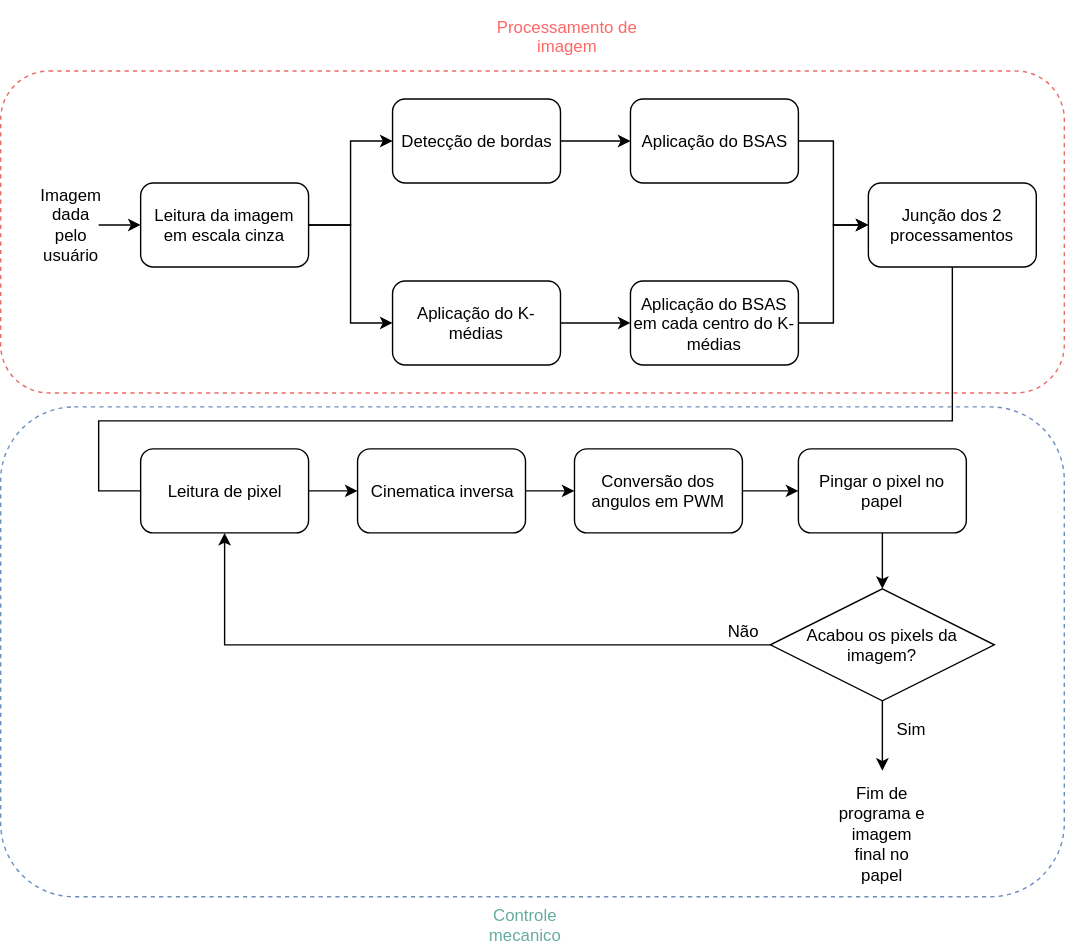
The draw.io diagram images/visao-geral/visao-geral-completa.svg in bracopontilhismo/bracopontilhismo.github.io, before a commit. Source tidied: cells renumbered, new cells last; positions are measured from the earlier drawing's top-left corner, leaving out a move shared by most shapes. The source it was exported from:
```xml
<mxGraphModel background="#ffffff">
  <root>
    <mxCell id="0" />
    <mxCell id="1" parent="0" />
    <mxCell id="2" style="edgeStyle=orthogonalEdgeStyle;rounded=0;html=1;entryX=0;entryY=0.5;jettySize=auto;" parent="1" edge="1" source="4" target="8">
      <mxGeometry relative="1" as="geometry" />
    </mxCell>
    <mxCell id="3" style="edgeStyle=orthogonalEdgeStyle;rounded=0;html=1;entryX=0;entryY=0.5;jettySize=auto;" parent="1" edge="1" source="4" target="12">
      <mxGeometry relative="1" as="geometry" />
    </mxCell>
    <mxCell id="4" value="Leitura da imagem em escala cinza" style="rounded=1;whiteSpace=wrap;html=1;" parent="1" vertex="1">
      <mxGeometry x="100" y="130" width="120" height="60" as="geometry" />
    </mxCell>
    <mxCell id="5" style="edgeStyle=orthogonalEdgeStyle;rounded=0;html=1;jettySize=auto;" parent="1" edge="1" source="6" target="4">
      <mxGeometry relative="1" as="geometry" />
    </mxCell>
    <mxCell id="6" value="Imagem dada pelo usuário" style="text;html=1;strokeColor=none;fillColor=none;align=center;verticalAlign=middle;whiteSpace=wrap;rounded=0;" parent="1" vertex="1">
      <mxGeometry x="30" y="150" width="40" height="20" as="geometry" />
    </mxCell>
    <mxCell id="7" style="edgeStyle=orthogonalEdgeStyle;rounded=0;html=1;jettySize=auto;" parent="1" edge="1" source="8" target="10">
      <mxGeometry relative="1" as="geometry" />
    </mxCell>
    <mxCell id="8" value="Detecção de bordas " style="rounded=1;whiteSpace=wrap;html=1;" parent="1" vertex="1">
      <mxGeometry x="280" y="70" width="120" height="60" as="geometry" />
    </mxCell>
    <mxCell id="9" style="edgeStyle=orthogonalEdgeStyle;rounded=0;html=1;exitX=1;exitY=0.5;entryX=0;entryY=0.5;jettySize=auto;" parent="1" edge="1" source="10" target="16">
      <mxGeometry relative="1" as="geometry" />
    </mxCell>
    <mxCell id="10" value="Aplicação do BSAS" style="rounded=1;whiteSpace=wrap;html=1;" parent="1" vertex="1">
      <mxGeometry x="450" y="70" width="120" height="60" as="geometry" />
    </mxCell>
    <mxCell id="11" style="edgeStyle=orthogonalEdgeStyle;rounded=0;html=1;jettySize=auto;" parent="1" edge="1" source="12" target="14">
      <mxGeometry relative="1" as="geometry" />
    </mxCell>
    <mxCell id="12" value="Aplicação do K-médias" style="rounded=1;whiteSpace=wrap;html=1;" parent="1" vertex="1">
      <mxGeometry x="280" y="200" width="120" height="60" as="geometry" />
    </mxCell>
    <mxCell id="13" style="edgeStyle=orthogonalEdgeStyle;rounded=0;html=1;entryX=0;entryY=0.5;jettySize=auto;" parent="1" edge="1" source="14" target="16">
      <mxGeometry relative="1" as="geometry" />
    </mxCell>
    <mxCell id="14" value="Aplicação do BSAS em cada centro do K-médias" style="rounded=1;whiteSpace=wrap;html=1;" parent="1" vertex="1">
      <mxGeometry x="450" y="200" width="120" height="60" as="geometry" />
    </mxCell>
    <mxCell id="15" style="edgeStyle=orthogonalEdgeStyle;rounded=0;html=1;jettySize=auto;entryX=0;entryY=0.5;" parent="1" edge="1" source="16" target="18">
      <mxGeometry relative="1" as="geometry">
        <Array as="points">
          <mxPoint x="680" y="300" />
          <mxPoint x="70" y="300" />
          <mxPoint x="70" y="350" />
          <mxPoint x="110" y="350" />
        </Array>
      </mxGeometry>
    </mxCell>
    <mxCell id="16" value="Junção dos 2 processamentos" style="rounded=1;whiteSpace=wrap;html=1;" parent="1" vertex="1">
      <mxGeometry x="620" y="130" width="120" height="60" as="geometry" />
    </mxCell>
    <mxCell id="17" style="edgeStyle=orthogonalEdgeStyle;rounded=0;html=1;jettySize=auto;" parent="1" edge="1" source="18" target="20">
      <mxGeometry relative="1" as="geometry" />
    </mxCell>
    <mxCell id="18" value="Leitura de pixel" style="rounded=1;whiteSpace=wrap;html=1;" parent="1" vertex="1">
      <mxGeometry x="100" y="320" width="120" height="60" as="geometry" />
    </mxCell>
    <mxCell id="19" style="edgeStyle=orthogonalEdgeStyle;rounded=0;html=1;jettySize=auto;" parent="1" edge="1" source="20" target="22">
      <mxGeometry relative="1" as="geometry" />
    </mxCell>
    <mxCell id="20" value="Cinematica inversa" style="rounded=1;whiteSpace=wrap;html=1;" parent="1" vertex="1">
      <mxGeometry x="255" y="320" width="120" height="60" as="geometry" />
    </mxCell>
    <mxCell id="21" style="edgeStyle=orthogonalEdgeStyle;rounded=0;html=1;jettySize=auto;" parent="1" edge="1" source="22" target="24">
      <mxGeometry relative="1" as="geometry" />
    </mxCell>
    <mxCell id="22" value="Conversão dos angulos em PWM" style="rounded=1;whiteSpace=wrap;html=1;" parent="1" vertex="1">
      <mxGeometry x="410" y="320" width="120" height="60" as="geometry" />
    </mxCell>
    <mxCell id="23" style="edgeStyle=orthogonalEdgeStyle;rounded=0;html=1;jettySize=auto;entryX=0.5;entryY=0;" parent="1" edge="1" source="24" target="27">
      <mxGeometry relative="1" as="geometry" />
    </mxCell>
    <mxCell id="24" value="Pingar o pixel no papel" style="rounded=1;whiteSpace=wrap;html=1;" parent="1" vertex="1">
      <mxGeometry x="570" y="320" width="120" height="60" as="geometry" />
    </mxCell>
    <mxCell id="25" style="edgeStyle=orthogonalEdgeStyle;rounded=0;html=1;jettySize=auto;entryX=0.5;entryY=0;" parent="1" edge="1" source="27" target="30">
      <mxGeometry relative="1" as="geometry" />
    </mxCell>
    <mxCell id="26" style="edgeStyle=orthogonalEdgeStyle;rounded=0;html=1;jettySize=auto;entryX=0.5;entryY=1;" parent="1" edge="1" source="27" target="18">
      <mxGeometry relative="1" as="geometry" />
    </mxCell>
    <mxCell id="27" value="Acabou os pixels da imagem?" style="rhombus;whiteSpace=wrap;html=1;" parent="1" vertex="1">
      <mxGeometry x="550" y="420" width="160" height="80" as="geometry" />
    </mxCell>
    <mxCell id="28" value="Não" style="text;html=1;strokeColor=none;fillColor=none;align=center;verticalAlign=middle;whiteSpace=wrap;rounded=0;" parent="1" vertex="1">
      <mxGeometry x="510" y="440" width="40" height="20" as="geometry" />
    </mxCell>
    <mxCell id="29" value="Sim" style="text;html=1;strokeColor=none;fillColor=none;align=center;verticalAlign=middle;whiteSpace=wrap;rounded=0;" parent="1" vertex="1">
      <mxGeometry x="630" y="510" width="40" height="20" as="geometry" />
    </mxCell>
    <mxCell id="30" value="Fim de programa e imagem final no papel" style="text;html=1;strokeColor=none;fillColor=none;align=center;verticalAlign=middle;whiteSpace=wrap;rounded=0;" parent="1" vertex="1">
      <mxGeometry x="595" y="550" width="70" height="90" as="geometry" />
    </mxCell>
    <mxCell id="31" style="rounded=1;whiteSpace=wrap;html=1;fillColor=none;strokeColor=#EA6B66;dashed=1;gradientColor=none;" parent="1" vertex="1">
      <mxGeometry y="50" width="760" height="230" as="geometry" />
    </mxCell>
    <mxCell id="32" value="Processamento de imagem" style="text;html=1;strokeColor=none;fillColor=none;align=center;verticalAlign=middle;whiteSpace=wrap;rounded=0;dashed=1;fontColor=#FF6666;" parent="1" vertex="1">
      <mxGeometry x="340" width="130" height="50" as="geometry" />
    </mxCell>
    <mxCell id="33" style="rounded=1;whiteSpace=wrap;html=1;dashed=1;strokeColor=#6c8ebf;fillColor=none;" parent="1" vertex="1">
      <mxGeometry y="290" width="760" height="350" as="geometry" />
    </mxCell>
    <mxCell id="34" value="Controle mecanico" style="text;html=1;strokeColor=none;fillColor=none;align=center;verticalAlign=middle;whiteSpace=wrap;rounded=0;dashed=1;fontColor=#67AB9F;" parent="1" vertex="1">
      <mxGeometry x="355" y="650" width="40" height="20" as="geometry" />
    </mxCell>
  </root>
</mxGraphModel>
```
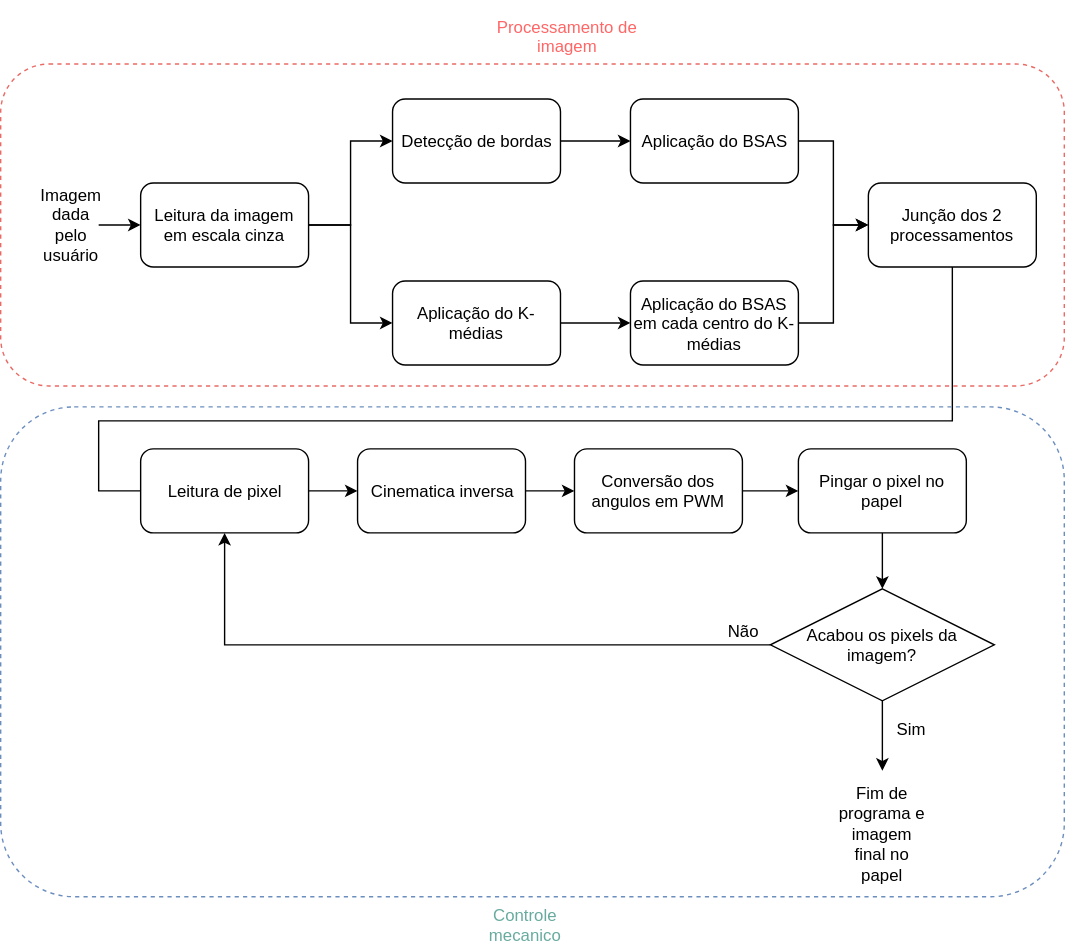
The same diagram one commit later.

Commit message:
visao geral

What changed in the source:
```diff
@@ -2,64 +2,64 @@
   <root>
     <mxCell id="0" />
     <mxCell id="1" parent="0" />
+    <mxCell id="8" style="edgeStyle=orthogonalEdgeStyle;rounded=0;html=1;entryX=0;entryY=0.5;jettySize=auto;" parent="1" edge="1" source="2" target="6">
+      <mxGeometry relative="1" as="geometry" />
+    </mxCell>
+    <mxCell id="10" style="edgeStyle=orthogonalEdgeStyle;rounded=0;html=1;entryX=0;entryY=0.5;jettySize=auto;" parent="1" edge="1" source="2" target="9">
+      <mxGeometry relative="1" as="geometry" />
+    </mxCell>
-    <mxCell id="2" style="edgeStyle=orthogonalEdgeStyle;rounded=0;html=1;entryX=0;entryY=0.5;jettySize=auto;" parent="1" edge="1" source="4" target="8">
-      <mxGeometry relative="1" as="geometry" />
+    <mxCell id="2" value="Leitura da imagem em escala cinza" style="rounded=1;whiteSpace=wrap;html=1;" parent="1" vertex="1">
+      <mxGeometry x="100" y="130" width="120" height="60" as="geometry" />
     </mxCell>
+    <mxCell id="4" style="edgeStyle=orthogonalEdgeStyle;rounded=0;html=1;jettySize=auto;" parent="1" edge="1" source="3" target="2">
+      <mxGeometry relative="1" as="geometry" />
+    </mxCell>
-    <mxCell id="3" style="edgeStyle=orthogonalEdgeStyle;rounded=0;html=1;entryX=0;entryY=0.5;jettySize=auto;" parent="1" edge="1" source="4" target="12">
-      <mxGeometry relative="1" as="geometry" />
+    <mxCell id="3" value="Imagem dada pelo usuário" style="text;html=1;strokeColor=none;fillColor=none;align=center;verticalAlign=middle;whiteSpace=wrap;rounded=0;" parent="1" vertex="1">
+      <mxGeometry x="30" y="150" width="40" height="20" as="geometry" />
     </mxCell>
-    <mxCell id="4" value="Leitura da imagem em escala cinza" style="rounded=1;whiteSpace=wrap;html=1;" parent="1" vertex="1">
-      <mxGeometry x="100" y="130" width="120" height="60" as="geometry" />
-    </mxCell>
-    <mxCell id="5" style="edgeStyle=orthogonalEdgeStyle;rounded=0;html=1;jettySize=auto;" parent="1" edge="1" source="6" target="4">
-      <mxGeometry relative="1" as="geometry" />
-    </mxCell>
+    <mxCell id="11" style="edgeStyle=orthogonalEdgeStyle;rounded=0;html=1;jettySize=auto;" parent="1" edge="1" source="6" target="7">
+      <mxGeometry relative="1" as="geometry" />
+    </mxCell>
-    <mxCell id="6" value="Imagem dada pelo usuário" style="text;html=1;strokeColor=none;fillColor=none;align=center;verticalAlign=middle;whiteSpace=wrap;rounded=0;" parent="1" vertex="1">
-      <mxGeometry x="30" y="150" width="40" height="20" as="geometry" />
+    <mxCell id="6" value="Detecção de bordas " style="rounded=1;whiteSpace=wrap;html=1;" parent="1" vertex="1">
+      <mxGeometry x="280" y="70" width="120" height="60" as="geometry" />
     </mxCell>
+    <mxCell id="15" style="edgeStyle=orthogonalEdgeStyle;rounded=0;html=1;exitX=1;exitY=0.5;entryX=0;entryY=0.5;jettySize=auto;" parent="1" edge="1" source="7" target="14">
+      <mxGeometry relative="1" as="geometry" />
+    </mxCell>
-    <mxCell id="7" style="edgeStyle=orthogonalEdgeStyle;rounded=0;html=1;jettySize=auto;" parent="1" edge="1" source="8" target="10">
-      <mxGeometry relative="1" as="geometry" />
+    <mxCell id="7" value="Aplicação do BSAS" style="rounded=1;whiteSpace=wrap;html=1;" parent="1" vertex="1">
+      <mxGeometry x="450" y="70" width="120" height="60" as="geometry" />
     </mxCell>
-    <mxCell id="8" value="Detecção de bordas " style="rounded=1;whiteSpace=wrap;html=1;" parent="1" vertex="1">
-      <mxGeometry x="280" y="70" width="120" height="60" as="geometry" />
-    </mxCell>
+    <mxCell id="13" style="edgeStyle=orthogonalEdgeStyle;rounded=0;html=1;jettySize=auto;" parent="1" edge="1" source="9" target="12">
+      <mxGeometry relative="1" as="geometry" />
+    </mxCell>
-    <mxCell id="9" style="edgeStyle=orthogonalEdgeStyle;rounded=0;html=1;exitX=1;exitY=0.5;entryX=0;entryY=0.5;jettySize=auto;" parent="1" edge="1" source="10" target="16">
-      <mxGeometry relative="1" as="geometry" />
+    <mxCell id="9" value="Aplicação do K-médias" style="rounded=1;whiteSpace=wrap;html=1;" parent="1" vertex="1">
+      <mxGeometry x="280" y="200" width="120" height="60" as="geometry" />
     </mxCell>
-    <mxCell id="10" value="Aplicação do BSAS" style="rounded=1;whiteSpace=wrap;html=1;" parent="1" vertex="1">
-      <mxGeometry x="450" y="70" width="120" height="60" as="geometry" />
-    </mxCell>
-    <mxCell id="11" style="edgeStyle=orthogonalEdgeStyle;rounded=0;html=1;jettySize=auto;" parent="1" edge="1" source="12" target="14">
-      <mxGeometry relative="1" as="geometry" />
-    </mxCell>
+    <mxCell id="16" style="edgeStyle=orthogonalEdgeStyle;rounded=0;html=1;entryX=0;entryY=0.5;jettySize=auto;" parent="1" edge="1" source="12" target="14">
+      <mxGeometry relative="1" as="geometry" />
+    </mxCell>
-    <mxCell id="12" value="Aplicação do K-médias" style="rounded=1;whiteSpace=wrap;html=1;" parent="1" vertex="1">
-      <mxGeometry x="280" y="200" width="120" height="60" as="geometry" />
+    <mxCell id="12" value="Aplicação do BSAS em cada centro do K-médias" style="rounded=1;whiteSpace=wrap;html=1;" parent="1" vertex="1">
+      <mxGeometry x="450" y="200" width="120" height="60" as="geometry" />
     </mxCell>
-    <mxCell id="13" style="edgeStyle=orthogonalEdgeStyle;rounded=0;html=1;entryX=0;entryY=0.5;jettySize=auto;" parent="1" edge="1" source="14" target="16">
-      <mxGeometry relative="1" as="geometry" />
-    </mxCell>
+    <mxCell id="18" style="edgeStyle=orthogonalEdgeStyle;rounded=0;html=1;jettySize=auto;entryX=0;entryY=0.5;" parent="1" edge="1" source="14" target="34">
+      <mxGeometry relative="1" as="geometry">
+        <Array as="points">
+          <mxPoint x="680" y="300" />
+          <mxPoint x="70" y="300" />
+          <mxPoint x="70" y="350" />
+          <mxPoint x="110" y="350" />
+        </Array>
+      </mxGeometry>
+    </mxCell>
-    <mxCell id="14" value="Aplicação do BSAS em cada centro do K-médias" style="rounded=1;whiteSpace=wrap;html=1;" parent="1" vertex="1">
-      <mxGeometry x="450" y="200" width="120" height="60" as="geometry" />
+    <mxCell id="14" value="Junção dos 2 processamentos" style="rounded=1;whiteSpace=wrap;html=1;" parent="1" vertex="1">
+      <mxGeometry x="620" y="130" width="120" height="60" as="geometry" />
     </mxCell>
-    <mxCell id="15" style="edgeStyle=orthogonalEdgeStyle;rounded=0;html=1;jettySize=auto;entryX=0;entryY=0.5;" parent="1" edge="1" source="16" target="18">
-      <mxGeometry relative="1" as="geometry">
-        <Array as="points">
-          <mxPoint x="680" y="300" />
-          <mxPoint x="70" y="300" />
-          <mxPoint x="70" y="350" />
-          <mxPoint x="110" y="350" />
-        </Array>
-      </mxGeometry>
-    </mxCell>
-    <mxCell id="16" value="Junção dos 2 processamentos" style="rounded=1;whiteSpace=wrap;html=1;" parent="1" vertex="1">
-      <mxGeometry x="620" y="130" width="120" height="60" as="geometry" />
-    </mxCell>
-    <mxCell id="17" style="edgeStyle=orthogonalEdgeStyle;rounded=0;html=1;jettySize=auto;" parent="1" edge="1" source="18" target="20">
-      <mxGeometry relative="1" as="geometry" />
-    </mxCell>
-    <mxCell id="18" value="Leitura de pixel" style="rounded=1;whiteSpace=wrap;html=1;" parent="1" vertex="1">
-      <mxGeometry x="100" y="320" width="120" height="60" as="geometry" />
-    </mxCell>
+    <mxCell id="35" style="edgeStyle=orthogonalEdgeStyle;rounded=0;html=1;jettySize=auto;" parent="1" edge="1" source="34" target="20">
+      <mxGeometry relative="1" as="geometry" />
+    </mxCell>
+    <mxCell id="34" value="Leitura de pixel" style="rounded=1;whiteSpace=wrap;html=1;" parent="1" vertex="1">
+      <mxGeometry x="100" y="320" width="120" height="60" as="geometry" />
+    </mxCell>
     <mxCell id="19" style="edgeStyle=orthogonalEdgeStyle;rounded=0;html=1;jettySize=auto;" parent="1" edge="1" source="20" target="22">
       <mxGeometry relative="1" as="geometry" />
     </mxCell>
@@ -81,9 +81,9 @@
     <mxCell id="25" style="edgeStyle=orthogonalEdgeStyle;rounded=0;html=1;jettySize=auto;entryX=0.5;entryY=0;" parent="1" edge="1" source="27" target="30">
       <mxGeometry relative="1" as="geometry" />
     </mxCell>
-    <mxCell id="26" style="edgeStyle=orthogonalEdgeStyle;rounded=0;html=1;jettySize=auto;entryX=0.5;entryY=1;" parent="1" edge="1" source="27" target="18">
-      <mxGeometry relative="1" as="geometry" />
-    </mxCell>
+    <mxCell id="36" style="edgeStyle=orthogonalEdgeStyle;rounded=0;html=1;jettySize=auto;entryX=0.5;entryY=1;" parent="1" edge="1" source="27" target="34">
+      <mxGeometry relative="1" as="geometry" />
+    </mxCell>
     <mxCell id="27" value="Acabou os pixels da imagem?" style="rhombus;whiteSpace=wrap;html=1;" parent="1" vertex="1">
       <mxGeometry x="550" y="420" width="160" height="80" as="geometry" />
     </mxCell>
@@ -96,17 +96,17 @@
     <mxCell id="30" value="Fim de programa e imagem final no papel" style="text;html=1;strokeColor=none;fillColor=none;align=center;verticalAlign=middle;whiteSpace=wrap;rounded=0;" parent="1" vertex="1">
       <mxGeometry x="595" y="550" width="70" height="90" as="geometry" />
     </mxCell>
-    <mxCell id="31" style="rounded=1;whiteSpace=wrap;html=1;fillColor=none;strokeColor=#EA6B66;dashed=1;gradientColor=none;" parent="1" vertex="1">
-      <mxGeometry y="50" width="760" height="230" as="geometry" />
-    </mxCell>
+    <mxCell id="37" style="rounded=1;whiteSpace=wrap;html=1;fillColor=none;strokeColor=#EA6B66;dashed=1;gradientColor=none;" parent="1" vertex="1">
+      <mxGeometry y="45" width="760" height="230" as="geometry" />
+    </mxCell>
     <mxCell id="32" value="Processamento de imagem" style="text;html=1;strokeColor=none;fillColor=none;align=center;verticalAlign=middle;whiteSpace=wrap;rounded=0;dashed=1;fontColor=#FF6666;" parent="1" vertex="1">
       <mxGeometry x="340" width="130" height="50" as="geometry" />
     </mxCell>
-    <mxCell id="33" style="rounded=1;whiteSpace=wrap;html=1;dashed=1;strokeColor=#6c8ebf;fillColor=none;" parent="1" vertex="1">
-      <mxGeometry y="290" width="760" height="350" as="geometry" />
-    </mxCell>
-    <mxCell id="34" value="Controle mecanico" style="text;html=1;strokeColor=none;fillColor=none;align=center;verticalAlign=middle;whiteSpace=wrap;rounded=0;dashed=1;fontColor=#67AB9F;" parent="1" vertex="1">
-      <mxGeometry x="355" y="650" width="40" height="20" as="geometry" />
-    </mxCell>
+    <mxCell id="38" style="rounded=1;whiteSpace=wrap;html=1;dashed=1;strokeColor=#6c8ebf;fillColor=none;" parent="1" vertex="1">
+      <mxGeometry y="290" width="760" height="350" as="geometry" />
+    </mxCell>
+    <mxCell id="39" value="Controle mecanico" style="text;html=1;strokeColor=none;fillColor=none;align=center;verticalAlign=middle;whiteSpace=wrap;rounded=0;dashed=1;fontColor=#67AB9F;" parent="1" vertex="1">
+      <mxGeometry x="355" y="650" width="40" height="20" as="geometry" />
+    </mxCell>
   </root>
 </mxGraphModel>
```
